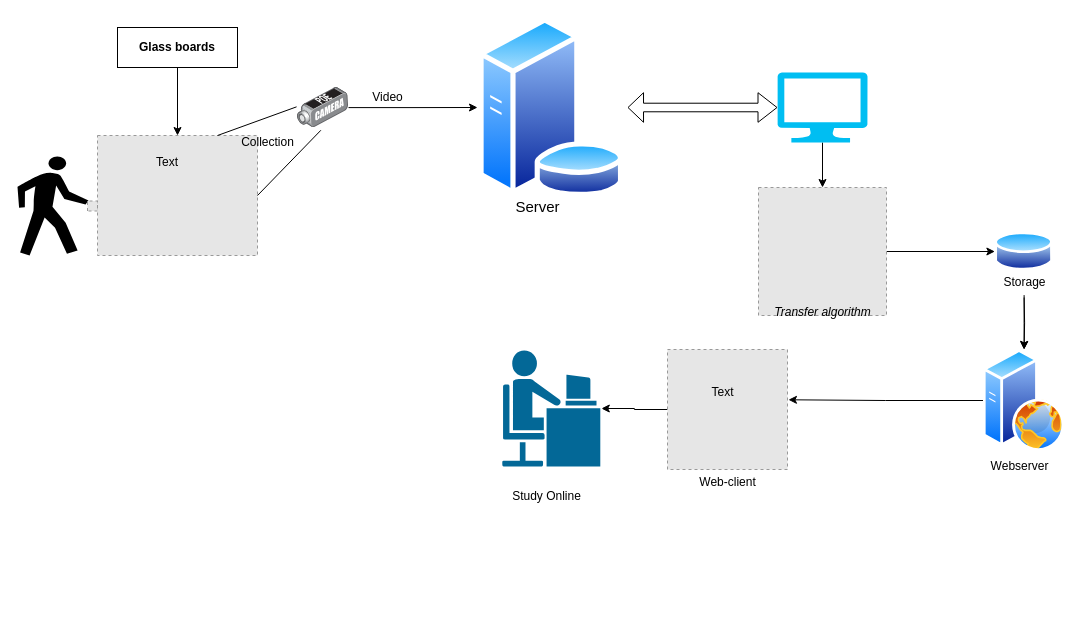
UIT20522097/UIT20522097.github.io keeps this draw.io diagram as Biểu đồ không có tiêu đề.drawio. Above is the earlier version. Source tidied: cells renumbered, new cells numbered last; positions are measured from the earlier drawing's top-left corner, leaving out a move shared by most shapes. Both pictures are drawn from the tidied source at 100%, with x=0, y=0 at pixel (17, 17). Pictures stored in the file or linked from it are replaced by grey dashed boxes.
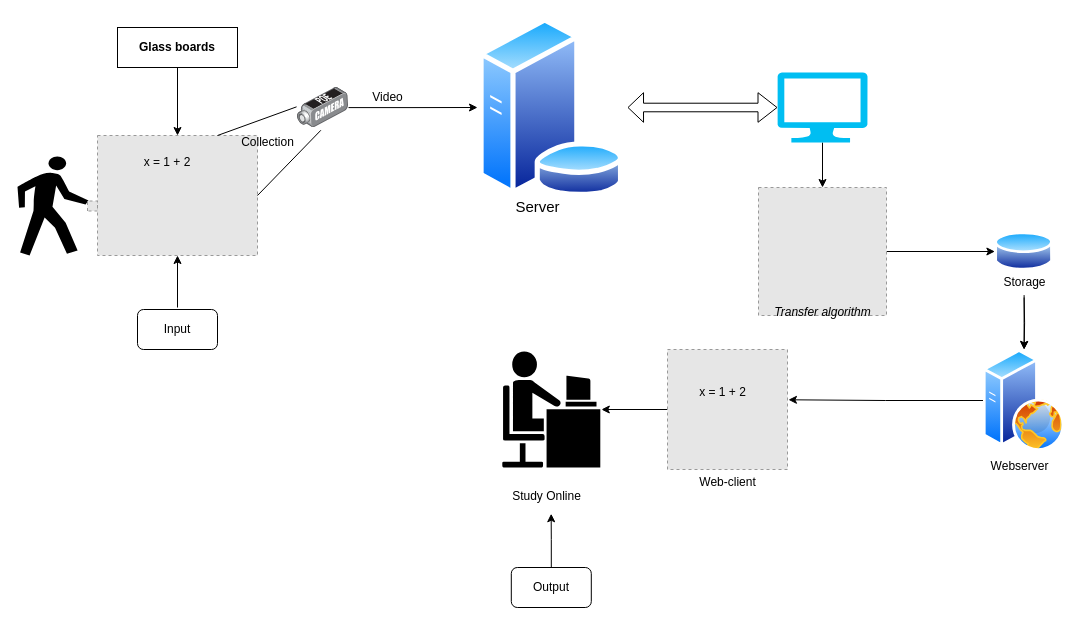
After the change.

Commit message (it also covers changes not shown here):
Cập nhật Biểu đồ không có tiêu đề.drawio

The change refers to these unchanged cells:
```xml
<mxCell id="5" style="fillColor=#E6E6E6;strokeColor=#999999;dashed=1;verticalLabelPosition=bottom;labelBackgroundColor=default;verticalAlign=top;" parent="1" vertex="1">
  <mxGeometry x="80" y="118" width="160" height="120" as="geometry" />
</mxCell>
<mxCell id="34" value="Study Online" style="text;html=1;align=center;verticalAlign=middle;points=[];strokeColor=none;fillColor=none;" parent="1" vertex="1">
  <mxGeometry x="483.8" y="464" width="90" height="30" as="geometry" />
</mxCell>
```

Change to the diagram source:
```diff
@@
-    <mxCell id="12" value="Text" style="text;html=1;strokeColor=none;fillColor=none;align=center;verticalAlign=middle;whiteSpace=wrap;rounded=0;" parent="1" vertex="1">
+    <mxCell id="12" value="x = 1 + 2" style="text;html=1;strokeColor=none;fillColor=none;align=center;verticalAlign=middle;whiteSpace=wrap;rounded=0;" parent="1" vertex="1">
       <mxGeometry x="120" y="130" width="60" height="30" as="geometry" />
     </mxCell>
@@
-    <mxCell id="31" value="Text" style="text;html=1;align=center;verticalAlign=middle;strokeColor=none;fillColor=none;" parent="1" vertex="1">
-      <mxGeometry x="680" y="360" width="50" height="30" as="geometry" />
+    <mxCell id="31" value="x = 1 + 2" style="text;html=1;align=center;verticalAlign=middle;strokeColor=none;fillColor=none;" parent="1" vertex="1">
+      <mxGeometry x="670" y="360" width="70" height="30" as="geometry" />
     </mxCell>
@@
-    <mxCell id="33" style="shape=mxgraph.cisco.people.androgenous_person;html=1;dashed=0;fillColor=#036897;strokeColor=#ffffff;strokeWidth=2;verticalLabelPosition=bottom;verticalAlign=top;align=center;outlineConnect=0;" parent="1" vertex="1">
-      <mxGeometry x="483.8" y="332" width="100" height="118" as="geometry" />
+    <mxCell id="33" style="shape=mxgraph.cisco.people.androgenous_person;html=1;dashed=0;fillColor=#00000;strokeColor=#ffffff;strokeWidth=2;verticalLabelPosition=bottom;verticalAlign=top;align=center;outlineConnect=0;" parent="1" vertex="1">
+      <mxGeometry x="483.8" y="333" width="100" height="118" as="geometry" />
     </mxCell>
@@
+    <mxCell id="35" style="endArrow=classic;html=1;rounded=0;entryX=0.5;entryY=1;entryDx=0;entryDy=0;" parent="1" edge="1" target="5">
+      <mxGeometry relative="1" as="geometry">
+        <mxPoint x="160" y="290" as="sourcePoint" />
+      </mxGeometry>
+    </mxCell>
+    <mxCell id="36" value="Input" style="rounded=1;whiteSpace=wrap;html=1;" parent="1" vertex="1">
+      <mxGeometry x="120" y="292" width="80" height="40" as="geometry" />
+    </mxCell>
+    <mxCell id="37" style="edgeStyle=orthogonalEdgeStyle;rounded=0;jettySize=auto;html=1;entryX=0.554;entryY=1.075;entryDx=0;entryDy=0;entryPerimeter=0;" parent="1" edge="1" source="38" target="34">
+      <mxGeometry relative="1" as="geometry" />
+    </mxCell>
+    <mxCell id="38" value="Output" style="rounded=1;whiteSpace=wrap;html=1;" parent="1" vertex="1">
+      <mxGeometry x="493.8" y="550" width="80" height="40" as="geometry" />
+    </mxCell>
```
